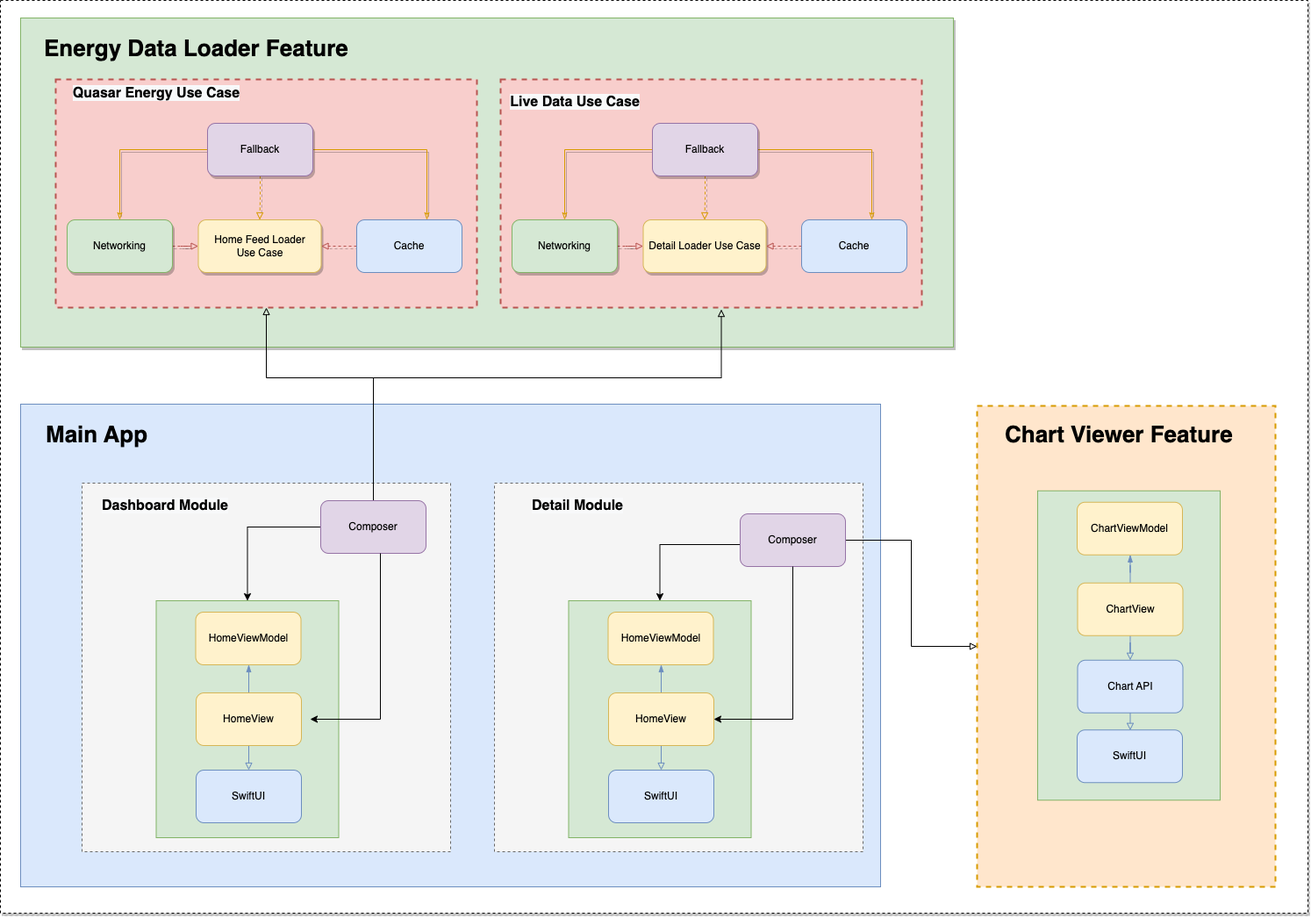
maurovz/EnergyMonitor keeps this draw.io diagram as architecture.png. Above is the earlier version. Source tidied: cells renumbered, new cells last; positions are measured from the earlier drawing's top-left corner, leaving out a move shared by most shapes.
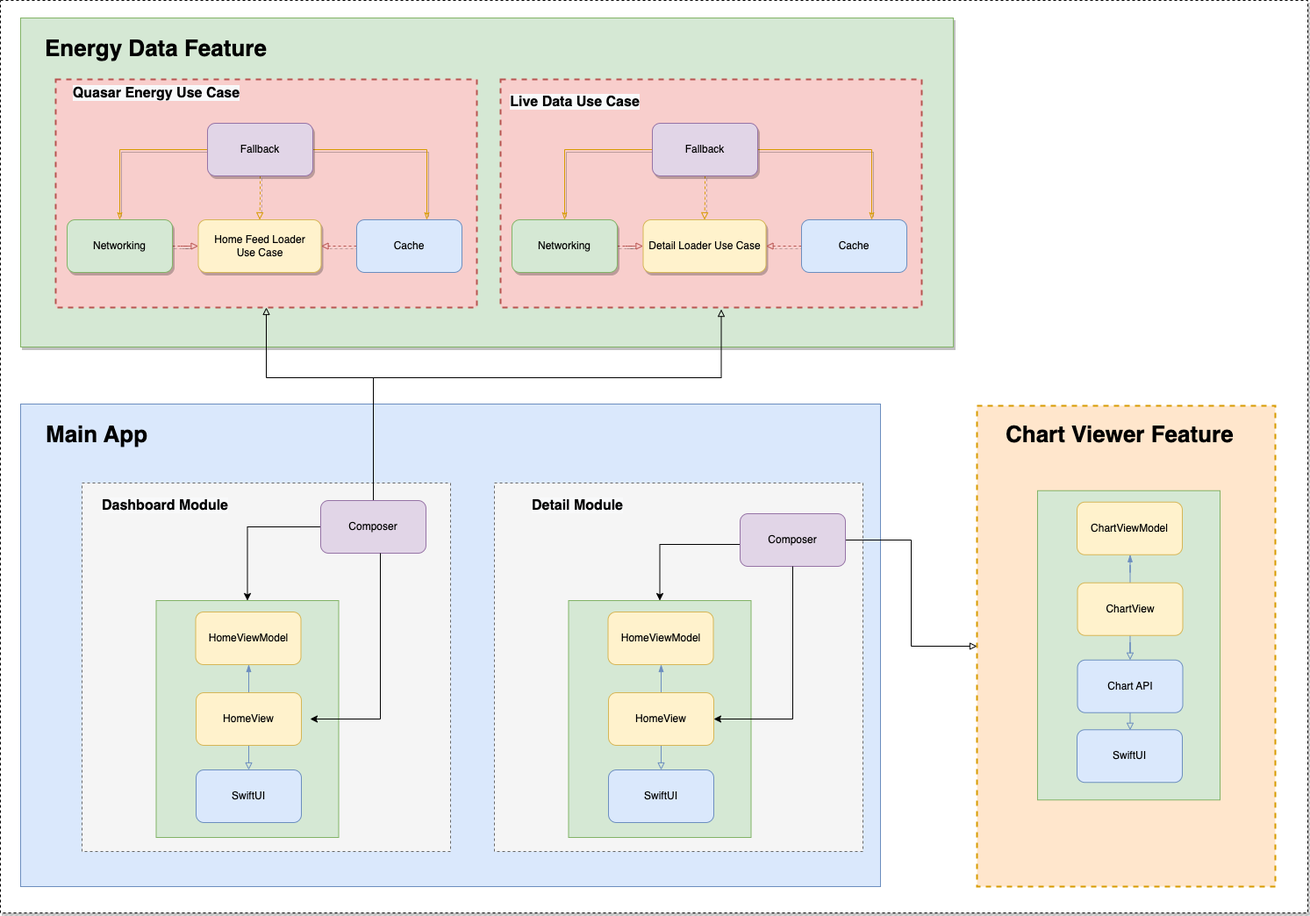
The same file after the commit.

Commit message:
Energy Data Feature structure (#4)

What changed in the source:
```diff
@@ -205,7 +205,7 @@
     <mxCell id="57" value="&lt;span style=&quot;color: rgb(0, 0, 0); font-family: Helvetica; font-size: 16px; font-style: normal; font-variant-ligatures: normal; font-variant-caps: normal; letter-spacing: normal; orphans: 2; text-indent: 0px; text-transform: none; widows: 2; word-spacing: 0px; -webkit-text-stroke-width: 0px; background-color: rgb(248, 249, 250); text-decoration-thickness: initial; text-decoration-style: initial; text-decoration-color: initial; float: none; display: inline !important;&quot;&gt;Live Data Use Case&lt;/span&gt;" style="text;whiteSpace=wrap;html=1;align=center;fontSize=16;fontStyle=1;" parent="1" vertex="1">
       <mxGeometry x="570" y="100" width="170" height="30" as="geometry" />
     </mxCell>
-    <mxCell id="58" value="Energy Data Loader Feature" style="text;html=1;strokeColor=none;fillColor=none;align=left;verticalAlign=middle;whiteSpace=wrap;rounded=0;fontSize=26;fontStyle=1;" parent="1" vertex="1">
+    <mxCell id="58" value="Energy Data Feature" style="text;html=1;strokeColor=none;fillColor=none;align=left;verticalAlign=middle;whiteSpace=wrap;rounded=0;fontSize=26;fontStyle=1;" parent="1" vertex="1">
       <mxGeometry x="48.5" y="40" width="474.5" height="30" as="geometry" />
     </mxCell>
     <mxCell id="59" value="Chart Viewer Feature" style="text;html=1;strokeColor=none;fillColor=none;align=left;verticalAlign=middle;whiteSpace=wrap;rounded=0;fontSize=26;fontStyle=1;" parent="1" vertex="1">
```
